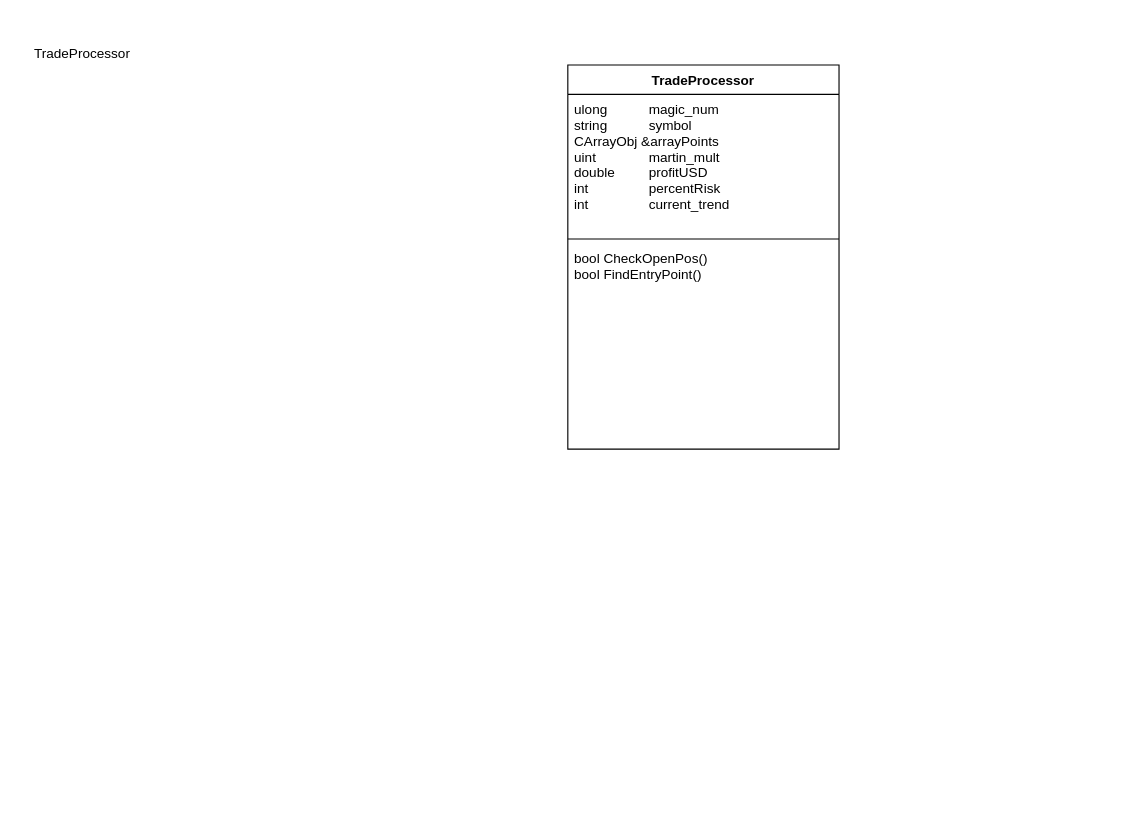
Above: Schemas/Trade/Trade Processor.drawio in Sleem28/Thesis-project (draw.io), before the change. Source tidied: cells renumbered, new cells numbered last; positions are measured from the earlier drawing's top-left corner, leaving out a move shared by most shapes. Both pictures are drawn from the tidied source at 113%, with x=0, y=0 at pixel (19, 36).
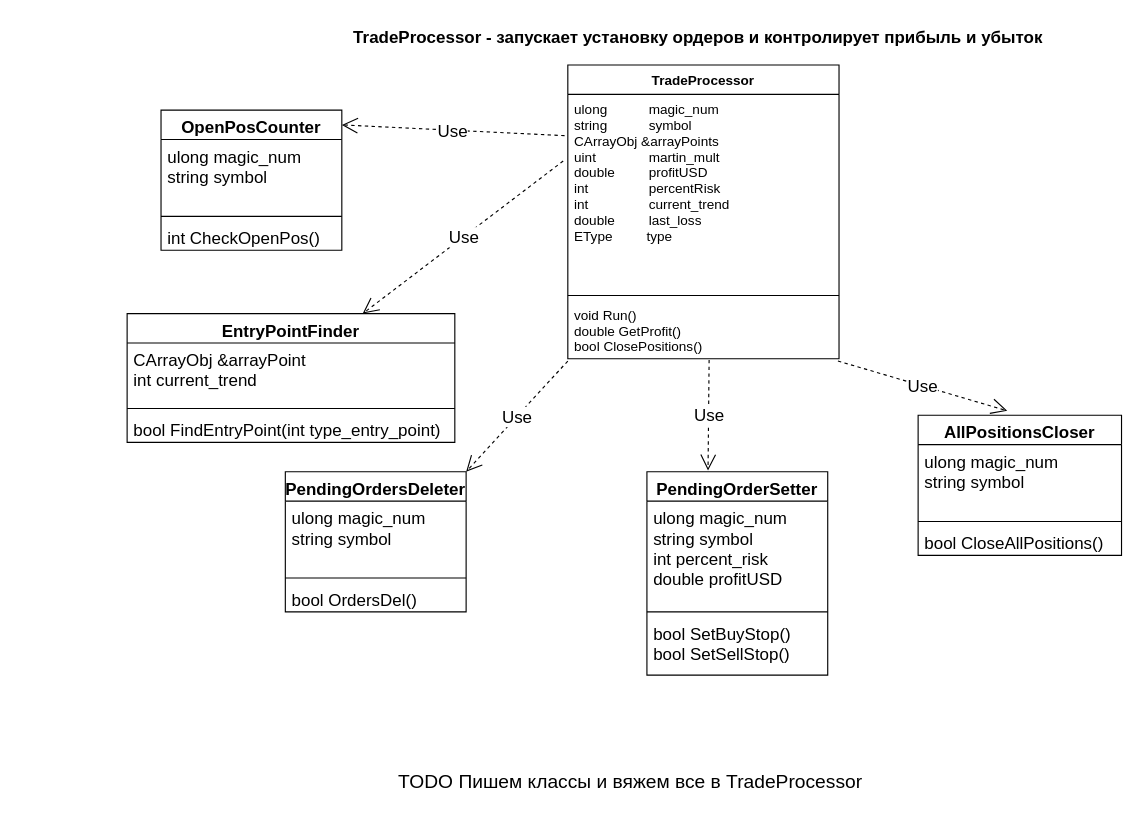
After the change.

Change to the diagram source:
```diff
@@
-    <mxCell id="2" value="TradeProcessor" style="text;html=1;align=center;verticalAlign=middle;strokeColor=none;fillColor=none;" parent="1" vertex="1">
-      <mxGeometry width="110" height="30" as="geometry" />
+    <mxCell id="2" value="TradeProcessor - запускает установку ордеров и контролирует прибыль и убыток" style="text;html=1;align=center;verticalAlign=middle;strokeColor=none;fillColor=none;fontSize=15;fontStyle=1;" parent="1" vertex="1">
+      <mxGeometry x="285" y="-15" width="630" height="30" as="geometry" />
     </mxCell>
     <mxCell id="3" value="TradeProcessor" style="swimlane;fontStyle=1;align=center;verticalAlign=top;horizontal=1;startSize=26;" parent="1" vertex="1">
-      <mxGeometry x="485" y="25" width="240" height="340" as="geometry" />
+      <mxGeometry x="485" y="25" width="240" height="260" as="geometry" />
     </mxCell>
-    <mxCell id="4" value="ulong           magic_num&#10;string           symbol&#10;CArrayObj &amp;arrayPoints&#10;uint              martin_mult&#10;double         profitUSD&#10;int                percentRisk&#10;int                current_trend" style="text;strokeColor=none;fillColor=none;align=left;verticalAlign=top;spacingLeft=4;spacingRight=4;overflow=hidden;points=[[0,0.5],[1,0.5]];portConstraint=eastwest;" parent="3" vertex="1">
-      <mxGeometry y="26" width="240" height="124" as="geometry" />
+    <mxCell id="4" value="ulong           magic_num&#10;string           symbol&#10;CArrayObj &amp;arrayPoints&#10;uint              martin_mult&#10;double         profitUSD&#10;int                percentRisk&#10;int                current_trend&#10;double         last_loss&#10;EType         type" style="text;strokeColor=none;fillColor=none;align=left;verticalAlign=top;spacingLeft=4;spacingRight=4;overflow=hidden;points=[[0,0.5],[1,0.5]];portConstraint=eastwest;" parent="3" vertex="1">
+      <mxGeometry y="26" width="240" height="174" as="geometry" />
     </mxCell>
     <mxCell id="5" style="line;strokeWidth=1;fillColor=none;align=left;verticalAlign=middle;spacingTop=-1;spacingLeft=3;spacingRight=3;labelPosition=right;strokeColor=inherit;" parent="3" vertex="1">
-      <mxGeometry y="150" width="240" height="8" as="geometry" />
+      <mxGeometry y="200" width="240" height="8" as="geometry" />
     </mxCell>
-    <mxCell id="6" value="bool CheckOpenPos()&#10;bool FindEntryPoint()" style="text;strokeColor=none;fillColor=none;align=left;verticalAlign=top;spacingLeft=4;spacingRight=4;overflow=hidden;points=[[0,0.5],[1,0.5]];portConstraint=eastwest;" parent="3" vertex="1">
-      <mxGeometry y="158" width="240" height="182" as="geometry" />
+    <mxCell id="6" value="void Run()&#10;double GetProfit()&#10;bool ClosePositions()" style="text;strokeColor=none;fillColor=none;align=left;verticalAlign=top;spacingLeft=4;spacingRight=4;overflow=hidden;points=[[0,0.5],[1,0.5]];portConstraint=eastwest;" parent="3" vertex="1">
+      <mxGeometry y="208" width="240" height="52" as="geometry" />
     </mxCell>
+    <mxCell id="7" value="OpenPosCounter" style="swimlane;fontStyle=1;align=center;verticalAlign=top;horizontal=1;startSize=26;fontSize=15;" parent="1" vertex="1">
+      <mxGeometry x="125" y="65" width="160" height="124" as="geometry" />
+    </mxCell>
+    <mxCell id="8" value="ulong magic_num&#10;string symbol" style="text;strokeColor=none;fillColor=none;align=left;verticalAlign=top;spacingLeft=4;spacingRight=4;overflow=hidden;fontSize=15;" parent="7" vertex="1">
+      <mxGeometry y="26" width="160" height="64" as="geometry" />
+    </mxCell>
+    <mxCell id="9" style="line;strokeWidth=1;fillColor=none;align=left;verticalAlign=middle;spacingTop=-1;spacingLeft=3;spacingRight=3;labelPosition=right;strokeColor=inherit;fontSize=15;" parent="7" vertex="1">
+      <mxGeometry y="90" width="160" height="8" as="geometry" />
+    </mxCell>
+    <mxCell id="10" value="int CheckOpenPos()" style="text;strokeColor=none;fillColor=none;align=left;verticalAlign=top;spacingLeft=4;spacingRight=4;overflow=hidden;fontSize=15;" parent="7" vertex="1">
+      <mxGeometry y="98" width="160" height="26" as="geometry" />
+    </mxCell>
+    <mxCell id="11" value="Use" style="endArrow=open;endSize=12;dashed=1;html=1;rounded=0;fontSize=15;exitX=-0.012;exitY=0.21;exitDx=0;exitDy=0;exitPerimeter=0;entryX=1;entryY=0.105;entryDx=0;entryDy=0;entryPerimeter=0;" parent="1" edge="1" source="4" target="7">
+      <mxGeometry relative="1" as="geometry" />
+    </mxCell>
+    <mxCell id="12" value="EntryPointFinder" style="swimlane;fontStyle=1;align=center;verticalAlign=top;horizontal=1;startSize=26;fontSize=15;" parent="1" vertex="1">
+      <mxGeometry x="95" y="245" width="290" height="114" as="geometry" />
+    </mxCell>
+    <mxCell id="13" value="CArrayObj &amp;arrayPoint&#10;int current_trend&#10;" style="text;strokeColor=none;fillColor=none;align=left;verticalAlign=top;spacingLeft=4;spacingRight=4;overflow=hidden;fontSize=15;" parent="12" vertex="1">
+      <mxGeometry y="26" width="290" height="54" as="geometry" />
+    </mxCell>
+    <mxCell id="14" style="line;strokeWidth=1;fillColor=none;align=left;verticalAlign=middle;spacingTop=-1;spacingLeft=3;spacingRight=3;labelPosition=right;strokeColor=inherit;fontSize=15;" parent="12" vertex="1">
+      <mxGeometry y="80" width="290" height="8" as="geometry" />
+    </mxCell>
+    <mxCell id="15" value="bool FindEntryPoint(int type_entry_point)" style="text;strokeColor=none;fillColor=none;align=left;verticalAlign=top;spacingLeft=4;spacingRight=4;overflow=hidden;fontSize=15;" parent="12" vertex="1">
+      <mxGeometry y="88" width="290" height="26" as="geometry" />
+    </mxCell>
+    <mxCell id="16" value="Use" style="endArrow=open;endSize=12;dashed=1;html=1;rounded=0;fontSize=15;exitX=-0.017;exitY=0.339;exitDx=0;exitDy=0;exitPerimeter=0;entryX=0.719;entryY=0;entryDx=0;entryDy=0;entryPerimeter=0;" parent="1" edge="1" source="4" target="12">
+      <mxGeometry relative="1" as="geometry" />
+    </mxCell>
+    <mxCell id="17" value="PendingOrdersDeleter" style="swimlane;fontStyle=1;align=center;verticalAlign=top;horizontal=1;startSize=26;fontSize=15;" parent="1" vertex="1">
+      <mxGeometry x="235" y="385" width="160" height="124" as="geometry" />
+    </mxCell>
+    <mxCell id="18" value="ulong magic_num&#10;string symbol" style="text;strokeColor=none;fillColor=none;align=left;verticalAlign=top;spacingLeft=4;spacingRight=4;overflow=hidden;fontSize=15;" parent="17" vertex="1">
+      <mxGeometry y="26" width="160" height="64" as="geometry" />
+    </mxCell>
+    <mxCell id="19" style="line;strokeWidth=1;fillColor=none;align=left;verticalAlign=middle;spacingTop=-1;spacingLeft=3;spacingRight=3;labelPosition=right;strokeColor=inherit;fontSize=15;" parent="17" vertex="1">
+      <mxGeometry y="90" width="160" height="8" as="geometry" />
+    </mxCell>
+    <mxCell id="20" value="bool OrdersDel()" style="text;strokeColor=none;fillColor=none;align=left;verticalAlign=top;spacingLeft=4;spacingRight=4;overflow=hidden;fontSize=15;" parent="17" vertex="1">
+      <mxGeometry y="98" width="160" height="26" as="geometry" />
+    </mxCell>
+    <mxCell id="21" value="Use" style="endArrow=open;endSize=12;dashed=1;html=1;rounded=0;fontSize=15;exitX=0;exitY=1.038;exitDx=0;exitDy=0;exitPerimeter=0;entryX=1;entryY=0;entryDx=0;entryDy=0;" parent="1" edge="1" source="6" target="17">
+      <mxGeometry relative="1" as="geometry" />
+    </mxCell>
+    <mxCell id="22" value="PendingOrderSetter" style="swimlane;fontStyle=1;align=center;verticalAlign=top;horizontal=1;startSize=26;fontSize=15;" parent="1" vertex="1">
+      <mxGeometry x="555" y="385" width="160" height="180" as="geometry" />
+    </mxCell>
+    <mxCell id="23" value="ulong magic_num&#10;string symbol&#10;int percent_risk&#10;double profitUSD" style="text;strokeColor=none;fillColor=none;align=left;verticalAlign=top;spacingLeft=4;spacingRight=4;overflow=hidden;fontSize=15;" parent="22" vertex="1">
+      <mxGeometry y="26" width="160" height="94" as="geometry" />
+    </mxCell>
+    <mxCell id="24" style="line;strokeWidth=1;fillColor=none;align=left;verticalAlign=middle;spacingTop=-1;spacingLeft=3;spacingRight=3;labelPosition=right;strokeColor=inherit;fontSize=15;" parent="22" vertex="1">
+      <mxGeometry y="120" width="160" height="8" as="geometry" />
+    </mxCell>
+    <mxCell id="25" value="bool SetBuyStop()&#10;bool SetSellStop()" style="text;strokeColor=none;fillColor=none;align=left;verticalAlign=top;spacingLeft=4;spacingRight=4;overflow=hidden;fontSize=15;" parent="22" vertex="1">
+      <mxGeometry y="128" width="160" height="52" as="geometry" />
+    </mxCell>
+    <mxCell id="26" value="Use" style="endArrow=open;endSize=12;dashed=1;html=1;rounded=0;fontSize=15;exitX=0.521;exitY=1.019;exitDx=0;exitDy=0;exitPerimeter=0;entryX=0.338;entryY=-0.006;entryDx=0;entryDy=0;entryPerimeter=0;" parent="1" edge="1" source="6" target="22">
+      <mxGeometry relative="1" as="geometry" />
+    </mxCell>
+    <mxCell id="27" value="AllPositionsCloser" style="swimlane;fontStyle=1;align=center;verticalAlign=top;horizontal=1;startSize=26;fontSize=15;" parent="1" vertex="1">
+      <mxGeometry x="795" y="335" width="180" height="124" as="geometry" />
+    </mxCell>
+    <mxCell id="28" value="ulong magic_num&#10;string symbol" style="text;strokeColor=none;fillColor=none;align=left;verticalAlign=top;spacingLeft=4;spacingRight=4;overflow=hidden;fontSize=15;" parent="27" vertex="1">
+      <mxGeometry y="26" width="180" height="64" as="geometry" />
+    </mxCell>
+    <mxCell id="29" style="line;strokeWidth=1;fillColor=none;align=left;verticalAlign=middle;spacingTop=-1;spacingLeft=3;spacingRight=3;labelPosition=right;strokeColor=inherit;fontSize=15;" parent="27" vertex="1">
+      <mxGeometry y="90" width="180" height="8" as="geometry" />
+    </mxCell>
+    <mxCell id="30" value="bool CloseAllPositions()" style="text;strokeColor=none;fillColor=none;align=left;verticalAlign=top;spacingLeft=4;spacingRight=4;overflow=hidden;fontSize=15;" parent="27" vertex="1">
+      <mxGeometry y="98" width="180" height="26" as="geometry" />
+    </mxCell>
+    <mxCell id="31" value="Use" style="endArrow=open;endSize=12;dashed=1;html=1;rounded=0;fontSize=15;exitX=0.996;exitY=1.038;exitDx=0;exitDy=0;exitPerimeter=0;entryX=0.438;entryY=-0.032;entryDx=0;entryDy=0;entryPerimeter=0;" parent="1" edge="1" source="6" target="27">
+      <mxGeometry relative="1" as="geometry" />
+    </mxCell>
+    <mxCell id="32" value="&lt;font style=&quot;font-size: 17px;&quot;&gt;TODO Пишем классы и вяжем все в TradeProcessor&lt;/font&gt;" style="text;html=1;align=center;verticalAlign=middle;strokeColor=none;fillColor=none;fontSize=15;" parent="1" vertex="1">
+      <mxGeometry x="325" y="645" width="430" height="30" as="geometry" />
+    </mxCell>
```
